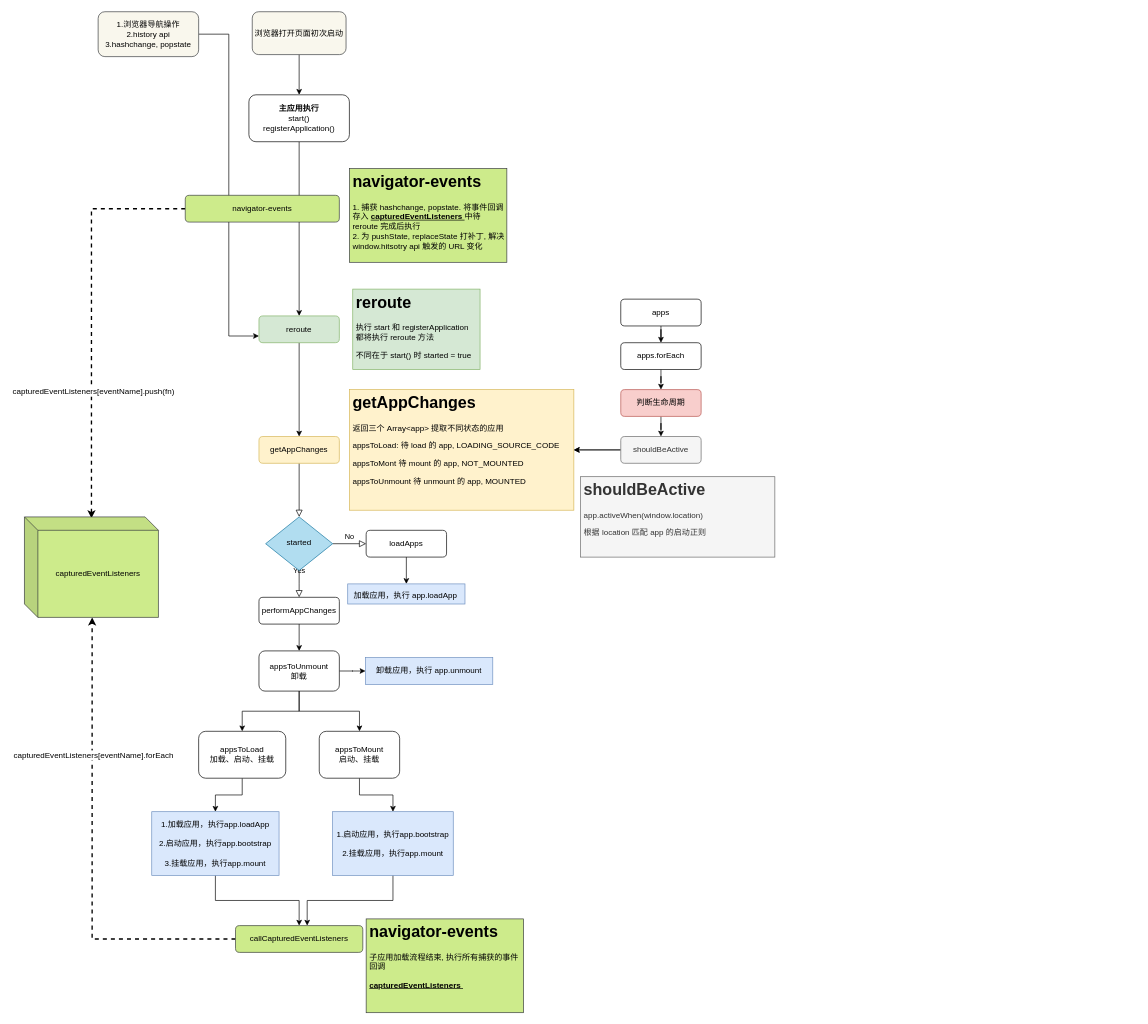
This is rerouter.drawio from sfyr111/draw, a draw.io file, before an edit. Source tidied: cells renumbered, new cells numbered last; positions are measured from the earlier drawing's top-left corner, leaving out a move shared by most shapes. Both pictures are drawn from the tidied source at 67%, with x=0, y=0 at pixel (24, 11).
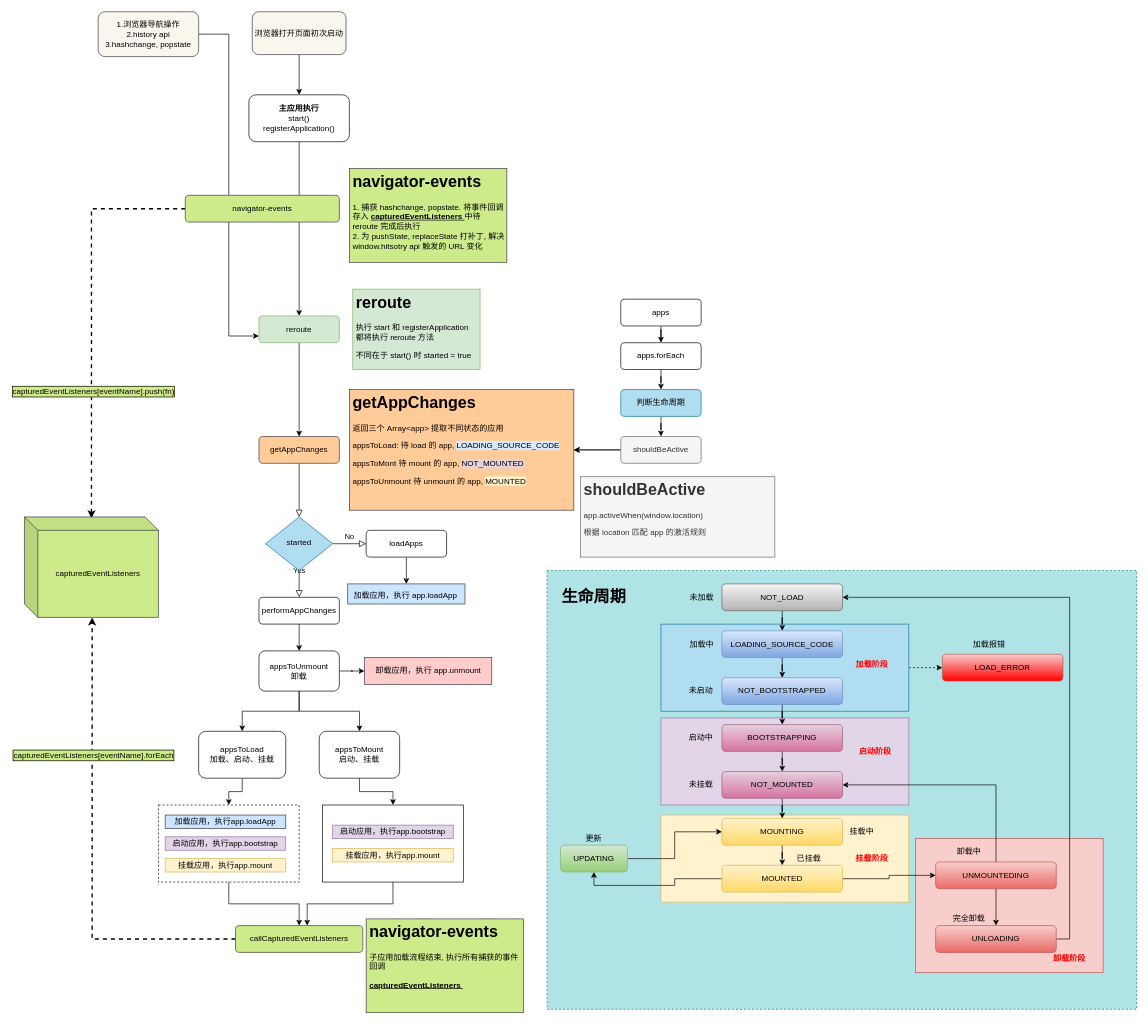
The same page after the edit.

Unchanged cells that the change refers to:
```xml
<mxCell id="42" style="edgeStyle=orthogonalEdgeStyle;rounded=0;jettySize=auto;html=1;entryX=0.505;entryY=1;entryDx=0;entryDy=0;entryPerimeter=0;fontColor=#FF9933;dashed=1;strokeWidth=2;" parent="1" edge="1" source="45" target="54">
  <mxGeometry relative="1" as="geometry" />
</mxCell>
<mxCell id="51" style="edgeStyle=orthogonalEdgeStyle;rounded=0;jettySize=auto;html=1;entryX=0.5;entryY=0.014;entryDx=0;entryDy=0;entryPerimeter=0;fontColor=#FF9933;dashed=1;strokeWidth=2;" parent="1" edge="1" source="53" target="54">
  <mxGeometry relative="1" as="geometry" />
</mxCell>
```

Change to the diagram source:
```diff
@@
+    <mxCell id="55" style="rounded=0;whiteSpace=wrap;html=1;dashed=1;labelBackgroundColor=#CDEB8B;fillColor=#b0e3e6;fontSize=12;align=center;strokeColor=#0e8088;" parent="1" vertex="1">
+      <mxGeometry x="780" y="834" width="880" height="655" as="geometry" />
+    </mxCell>
@@
-    <mxCell id="3" value="getAppChanges" style="rounded=1;whiteSpace=wrap;html=1;fontSize=12;glass=0;strokeWidth=1;shadow=0;fillColor=#fff2cc;strokeColor=#d6b656;" parent="1" vertex="1">
+    <mxCell id="3" value="getAppChanges" style="rounded=1;whiteSpace=wrap;html=1;fontSize=12;glass=0;strokeWidth=1;shadow=0;fillColor=#ffcc99;strokeColor=#36393d;" parent="1" vertex="1">
       <mxGeometry x="350" y="634" width="120" height="40" as="geometry" />
     </mxCell>
@@
-    <mxCell id="16" value="&lt;h1&gt;getAppChanges&lt;/h1&gt;&lt;p&gt;返回三个 Array&amp;lt;app&amp;gt; 提取不同状态的应用&lt;/p&gt;&lt;p&gt;appsToLoad: 待 load 的 app, LOADING_SOURCE_CODE&lt;/p&gt;&lt;p&gt;&lt;span&gt;appsToMont 待 mount 的 app, NOT_MOUNTED&lt;/span&gt;&lt;/p&gt;&lt;p&gt;&lt;span&gt;appsToUnmount 待 unmount 的 app, MOUNTED&lt;/span&gt;&lt;/p&gt;&lt;p&gt;&lt;br&gt;&lt;/p&gt;" style="text;html=1;strokeColor=#d6b656;fillColor=#fff2cc;spacing=5;spacingTop=-20;whiteSpace=wrap;overflow=hidden;rounded=0;" parent="1" vertex="1">
+    <mxCell id="16" value="&lt;h1&gt;getAppChanges&lt;/h1&gt;&lt;p&gt;返回三个 Array&amp;lt;app&amp;gt; 提取不同状态的应用&lt;/p&gt;&lt;p&gt;appsToLoad: 待 load 的 app, &lt;span style=&quot;background-color: rgb(218 , 232 , 252)&quot;&gt;LOADING_SOURCE_CODE&lt;/span&gt;&lt;/p&gt;&lt;p&gt;appsToMont 待 mount 的 app, &lt;span style=&quot;background-color: rgb(230 , 208 , 222)&quot;&gt;NOT_MOUNTED&lt;/span&gt;&lt;/p&gt;&lt;p&gt;appsToUnmount 待 unmount 的 app, &lt;span style=&quot;background-color: rgb(255 , 242 , 204)&quot;&gt;MOUNTED&lt;/span&gt;&lt;/p&gt;&lt;p&gt;&lt;br&gt;&lt;/p&gt;" style="text;html=1;strokeColor=#36393d;fillColor=#ffcc99;spacing=5;spacingTop=-20;whiteSpace=wrap;overflow=hidden;rounded=0;" parent="1" vertex="1">
       <mxGeometry x="485" y="564" width="335" height="180" as="geometry" />
     </mxCell>
@@
-    <mxCell id="24" value="&lt;h1&gt;shouldBeActive&lt;/h1&gt;&lt;p&gt;app.activeWhen(window.location)&lt;/p&gt;&lt;p&gt;根据 location 匹配 app 的启动正则&lt;/p&gt;" style="text;html=1;strokeColor=#666666;fillColor=#f5f5f5;spacing=5;spacingTop=-20;whiteSpace=wrap;overflow=hidden;rounded=0;fontColor=#333333;" parent="1" vertex="1">
+    <mxCell id="24" value="&lt;h1&gt;shouldBeActive&lt;/h1&gt;&lt;p&gt;app.activeWhen(window.location)&lt;/p&gt;&lt;p&gt;根据 location 匹配 app 的激活规则&lt;/p&gt;" style="text;html=1;strokeColor=#666666;fillColor=#f5f5f5;spacing=5;spacingTop=-20;whiteSpace=wrap;overflow=hidden;rounded=0;fontColor=#333333;" parent="1" vertex="1">
       <mxGeometry x="830" y="694" width="290" height="120" as="geometry" />
     </mxCell>
@@
-    <mxCell id="26" value="判断生命周期" style="rounded=1;whiteSpace=wrap;html=1;fontSize=12;glass=0;strokeWidth=1;shadow=0;fillColor=#f8cecc;strokeColor=#b85450;" parent="1" vertex="1">
+    <mxCell id="26" value="判断生命周期" style="rounded=1;whiteSpace=wrap;html=1;fontSize=12;glass=0;strokeWidth=1;shadow=0;fillColor=#b1ddf0;strokeColor=#10739e;" parent="1" vertex="1">
       <mxGeometry x="890" y="564" width="120" height="40" as="geometry" />
     </mxCell>
-    <mxCell id="27" value="加载应用，执行 app.loadApp &lt;br&gt;" style="text;strokeColor=#6c8ebf;fillColor=#dae8fc;spacing=5;spacingTop=-20;overflow=hidden;rounded=0;verticalAlign=bottom;align=center;html=1;whiteSpace=wrap;labelBorderColor=none;" parent="1" vertex="1">
+    <mxCell id="27" value="加载应用，执行 app.loadApp &lt;br&gt;" style="text;strokeColor=#36393d;spacing=5;spacingTop=-20;overflow=hidden;rounded=0;verticalAlign=bottom;align=center;html=1;whiteSpace=wrap;labelBorderColor=none;fillColor=#cce5ff;" parent="1" vertex="1">
       <mxGeometry x="482.5" y="854" width="175" height="30" as="geometry" />
     </mxCell>
@@
-    <mxCell id="37" value="1.加载应用，执行app.loadApp&lt;br&gt;&lt;br&gt;2.启动应用，执行app.bootstrap&lt;br&gt;&lt;br&gt;3.挂载应用，执行app.mount" style="rounded=0;whiteSpace=wrap;html=1;fillColor=#dae8fc;strokeColor=#6c8ebf;align=center;" parent="1" vertex="1">
-      <mxGeometry x="190" y="1194" width="190" height="95" as="geometry" />
+    <mxCell id="37" style="rounded=0;whiteSpace=wrap;html=1;align=center;dashed=1;" parent="1" vertex="1">
+      <mxGeometry x="200" y="1184" width="210" height="115" as="geometry" />
     </mxCell>
@@
-    <mxCell id="39" value="1.启动应用，执行app.bootstrap&lt;br&gt;&lt;br&gt;2.挂载应用，执行app.mount" style="rounded=0;whiteSpace=wrap;html=1;fillColor=#dae8fc;strokeColor=#6c8ebf;align=center;" parent="1" vertex="1">
-      <mxGeometry x="460" y="1194" width="180" height="95" as="geometry" />
+    <mxCell id="39" value="&lt;br&gt;" style="rounded=0;whiteSpace=wrap;html=1;align=center;" parent="1" vertex="1">
+      <mxGeometry x="445" y="1184" width="210" height="115" as="geometry" />
     </mxCell>
-    <mxCell id="40" value="&lt;h1&gt;&lt;span style=&quot;font-size: 12px ; font-weight: normal&quot;&gt;卸载应用，执行 app.unmount&lt;/span&gt;&lt;/h1&gt;" style="text;html=1;strokeColor=#6c8ebf;fillColor=#dae8fc;spacing=5;spacingTop=-20;whiteSpace=wrap;overflow=hidden;rounded=0;verticalAlign=bottom;align=center;" parent="1" vertex="1">
-      <mxGeometry x="509" y="964" width="190" height="40" as="geometry" />
+    <mxCell id="40" value="&lt;h1&gt;&lt;span style=&quot;font-size: 12px ; font-weight: normal&quot;&gt;卸载应用，执行 app.unmount&lt;/span&gt;&lt;/h1&gt;" style="text;html=1;strokeColor=#36393d;fillColor=#ffcccc;spacing=5;spacingTop=-20;whiteSpace=wrap;overflow=hidden;rounded=0;verticalAlign=bottom;align=center;" parent="1" vertex="1">
+      <mxGeometry x="507.5" y="964" width="190" height="40" as="geometry" />
     </mxCell>
@@
-    <mxCell id="44" value="capturedEventListeners[eventName].forEach" style="edgeLabel;html=1;align=center;verticalAlign=middle;fontColor=none;fontSize=12;" parent="42" vertex="1">
+    <mxCell id="44" value="capturedEventListeners[eventName].forEach" style="edgeLabel;html=1;align=center;verticalAlign=middle;fontColor=none;fontSize=12;labelBackgroundColor=#CDEB8B;labelBorderColor=#000000;" parent="42" vertex="1">
       <mxGeometry x="0.41" y="-1" relative="1" as="geometry" />
     </mxCell>
@@
-    <mxCell id="52" value="capturedEventListeners[eventName].push(fn)" style="edgeLabel;html=1;align=center;verticalAlign=middle;fontColor=none;fontSize=12;" parent="51" vertex="1">
+    <mxCell id="52" value="capturedEventListeners[eventName].push(fn)" style="edgeLabel;html=1;align=center;verticalAlign=middle;fontColor=none;fontSize=12;labelBackgroundColor=#CDEB8B;labelBorderColor=#000000;" parent="51" vertex="1">
       <mxGeometry x="0.37" y="2" relative="1" as="geometry" />
     </mxCell>
@@
+    <mxCell id="56" style="rounded=0;whiteSpace=wrap;html=1;align=left;fillColor=#f8cecc;strokeColor=#b85450;" parent="1" vertex="1">
+      <mxGeometry x="1330" y="1234" width="280" height="200" as="geometry" />
+    </mxCell>
+    <mxCell id="57" style="rounded=0;whiteSpace=wrap;html=1;align=left;fillColor=#fff2cc;strokeColor=#d6b656;" parent="1" vertex="1">
+      <mxGeometry x="950" y="1199" width="370" height="130" as="geometry" />
+    </mxCell>
+    <mxCell id="58" style="rounded=0;whiteSpace=wrap;html=1;align=left;fillColor=#e1d5e7;strokeColor=#9673a6;" parent="1" vertex="1">
+      <mxGeometry x="950" y="1054" width="370" height="130" as="geometry" />
+    </mxCell>
+    <mxCell id="59" style="edgeStyle=orthogonalEdgeStyle;rounded=0;jettySize=auto;html=1;exitX=1;exitY=0.5;exitDx=0;exitDy=0;dashed=1;" parent="1" edge="1" source="60" target="97">
+      <mxGeometry relative="1" as="geometry" />
+    </mxCell>
+    <mxCell id="60" style="rounded=0;whiteSpace=wrap;html=1;align=left;fillColor=#b1ddf0;strokeColor=#10739e;" parent="1" vertex="1">
+      <mxGeometry x="950" y="914" width="370" height="130" as="geometry" />
+    </mxCell>
+    <mxCell id="61" style="edgeStyle=orthogonalEdgeStyle;rounded=0;jettySize=auto;html=1;" parent="1" edge="1" source="62" target="64">
+      <mxGeometry relative="1" as="geometry" />
+    </mxCell>
+    <mxCell id="62" value="NOT_LOAD" style="rounded=1;whiteSpace=wrap;html=1;align=center;gradientColor=#b3b3b3;fillColor=#f5f5f5;strokeColor=#666666;" parent="1" vertex="1">
+      <mxGeometry x="1041" y="854" width="180" height="40" as="geometry" />
+    </mxCell>
+    <mxCell id="63" style="edgeStyle=orthogonalEdgeStyle;rounded=0;jettySize=auto;html=1;" parent="1" edge="1" source="64" target="66">
+      <mxGeometry relative="1" as="geometry" />
+    </mxCell>
+    <mxCell id="64" value="LOADING_SOURCE_CODE" style="rounded=1;whiteSpace=wrap;html=1;align=center;gradientColor=#7ea6e0;fillColor=#dae8fc;strokeColor=#6c8ebf;" parent="1" vertex="1">
+      <mxGeometry x="1041" y="924" width="180" height="40" as="geometry" />
+    </mxCell>
+    <mxCell id="65" style="edgeStyle=orthogonalEdgeStyle;rounded=0;jettySize=auto;html=1;entryX=0.5;entryY=0;entryDx=0;entryDy=0;" parent="1" edge="1" source="66" target="68">
+      <mxGeometry relative="1" as="geometry" />
+    </mxCell>
+    <mxCell id="66" value="NOT_BOOTSTRAPPED" style="rounded=1;whiteSpace=wrap;html=1;align=center;gradientColor=#7ea6e0;fillColor=#dae8fc;strokeColor=#6c8ebf;" parent="1" vertex="1">
+      <mxGeometry x="1041" y="994" width="180" height="40" as="geometry" />
+    </mxCell>
+    <mxCell id="67" style="edgeStyle=orthogonalEdgeStyle;rounded=0;jettySize=auto;html=1;entryX=0.5;entryY=0;entryDx=0;entryDy=0;" parent="1" edge="1" source="68" target="70">
+      <mxGeometry relative="1" as="geometry" />
+    </mxCell>
+    <mxCell id="68" value="BOOTSTRAPPING" style="rounded=1;whiteSpace=wrap;html=1;align=center;gradientColor=#d5739d;fillColor=#e6d0de;strokeColor=#996185;" parent="1" vertex="1">
+      <mxGeometry x="1041" y="1064" width="180" height="40" as="geometry" />
+    </mxCell>
+    <mxCell id="69" style="edgeStyle=orthogonalEdgeStyle;rounded=0;jettySize=auto;html=1;entryX=0.5;entryY=0;entryDx=0;entryDy=0;" parent="1" edge="1" source="70" target="72">
+      <mxGeometry relative="1" as="geometry" />
+    </mxCell>
+    <mxCell id="70" value="NOT_MOUNTED" style="rounded=1;whiteSpace=wrap;html=1;align=center;gradientColor=#d5739d;fillColor=#e6d0de;strokeColor=#996185;" parent="1" vertex="1">
+      <mxGeometry x="1041" y="1134" width="180" height="40" as="geometry" />
+    </mxCell>
+    <mxCell id="71" style="edgeStyle=orthogonalEdgeStyle;rounded=0;jettySize=auto;html=1;entryX=0.5;entryY=0;entryDx=0;entryDy=0;" parent="1" edge="1" source="72" target="75">
+      <mxGeometry relative="1" as="geometry" />
+    </mxCell>
+    <mxCell id="72" value="MOUNTING" style="rounded=1;whiteSpace=wrap;html=1;align=center;gradientColor=#ffd966;strokeColor=#d6b656;fillColor=#FFF2CC;" parent="1" vertex="1">
+      <mxGeometry x="1041" y="1204" width="180" height="40" as="geometry" />
+    </mxCell>
+    <mxCell id="73" style="edgeStyle=orthogonalEdgeStyle;rounded=0;jettySize=auto;html=1;entryX=0.5;entryY=1;entryDx=0;entryDy=0;" parent="1" edge="1" source="75" target="82">
+      <mxGeometry relative="1" as="geometry" />
+    </mxCell>
+    <mxCell id="74" style="edgeStyle=orthogonalEdgeStyle;rounded=0;jettySize=auto;html=1;entryX=0;entryY=0.5;entryDx=0;entryDy=0;" parent="1" edge="1" source="75" target="78">
+      <mxGeometry relative="1" as="geometry" />
+    </mxCell>
+    <mxCell id="75" value="MOUNTED" style="rounded=1;whiteSpace=wrap;html=1;align=center;gradientColor=#ffd966;fillColor=#fff2cc;strokeColor=#d6b656;" parent="1" vertex="1">
+      <mxGeometry x="1041" y="1274" width="180" height="40" as="geometry" />
+    </mxCell>
+    <mxCell id="76" style="edgeStyle=orthogonalEdgeStyle;rounded=0;jettySize=auto;html=1;" parent="1" edge="1" source="78" target="80">
+      <mxGeometry relative="1" as="geometry" />
+    </mxCell>
+    <mxCell id="77" style="edgeStyle=orthogonalEdgeStyle;rounded=0;jettySize=auto;html=1;exitX=0.5;exitY=0;exitDx=0;exitDy=0;entryX=1;entryY=0.5;entryDx=0;entryDy=0;" parent="1" edge="1" source="78" target="70">
+      <mxGeometry relative="1" as="geometry" />
+    </mxCell>
+    <mxCell id="78" value="UNMOUNTEDING" style="rounded=1;whiteSpace=wrap;html=1;align=center;gradientColor=#ea6b66;fillColor=#f8cecc;strokeColor=#b85450;" parent="1" vertex="1">
+      <mxGeometry x="1360" y="1269" width="180" height="40" as="geometry" />
+    </mxCell>
+    <mxCell id="79" style="edgeStyle=orthogonalEdgeStyle;rounded=0;jettySize=auto;html=1;exitX=1;exitY=0.5;exitDx=0;exitDy=0;entryX=1;entryY=0.5;entryDx=0;entryDy=0;" parent="1" edge="1" source="80" target="62">
+      <mxGeometry relative="1" as="geometry" />
+    </mxCell>
+    <mxCell id="80" value="UNLOADING" style="rounded=1;whiteSpace=wrap;html=1;align=center;gradientColor=#ea6b66;fillColor=#f8cecc;strokeColor=#b85450;" parent="1" vertex="1">
+      <mxGeometry x="1360" y="1364" width="180" height="40" as="geometry" />
+    </mxCell>
+    <mxCell id="81" style="edgeStyle=orthogonalEdgeStyle;rounded=0;jettySize=auto;html=1;" parent="1" edge="1" source="82" target="72">
+      <mxGeometry relative="1" as="geometry" />
+    </mxCell>
+    <mxCell id="82" value="UPDATING" style="rounded=1;whiteSpace=wrap;html=1;align=center;gradientColor=#97d077;fillColor=#d5e8d4;strokeColor=#82b366;" parent="1" vertex="1">
+      <mxGeometry x="800" y="1244" width="100" height="40" as="geometry" />
+    </mxCell>
+    <mxCell id="83" value="未加载" style="text;html=1;strokeColor=none;fillColor=none;align=center;verticalAlign=middle;whiteSpace=wrap;rounded=0;" parent="1" vertex="1">
+      <mxGeometry x="991" y="864" width="40" height="20" as="geometry" />
+    </mxCell>
+    <mxCell id="84" value="加载中" style="text;html=1;strokeColor=none;fillColor=none;align=center;verticalAlign=middle;whiteSpace=wrap;rounded=0;" parent="1" vertex="1">
+      <mxGeometry x="991" y="934" width="40" height="20" as="geometry" />
+    </mxCell>
+    <mxCell id="85" value="未启动" style="text;html=1;strokeColor=none;fillColor=none;align=center;verticalAlign=middle;whiteSpace=wrap;rounded=0;" parent="1" vertex="1">
+      <mxGeometry x="990" y="1004" width="40" height="20" as="geometry" />
+    </mxCell>
+    <mxCell id="86" value="启动中" style="text;html=1;strokeColor=none;fillColor=none;align=center;verticalAlign=middle;whiteSpace=wrap;rounded=0;" parent="1" vertex="1">
+      <mxGeometry x="990" y="1074" width="40" height="20" as="geometry" />
+    </mxCell>
+    <mxCell id="87" value="未挂载" style="text;html=1;strokeColor=none;fillColor=none;align=center;verticalAlign=middle;whiteSpace=wrap;rounded=0;" parent="1" vertex="1">
+      <mxGeometry x="990" y="1144" width="40" height="20" as="geometry" />
+    </mxCell>
+    <mxCell id="88" value="挂载中" style="text;html=1;strokeColor=none;fillColor=none;align=center;verticalAlign=middle;whiteSpace=wrap;rounded=0;" parent="1" vertex="1">
+      <mxGeometry x="1230" y="1214" width="40" height="20" as="geometry" />
+    </mxCell>
+    <mxCell id="89" value="已挂载" style="text;html=1;strokeColor=none;fillColor=none;align=center;verticalAlign=middle;whiteSpace=wrap;rounded=0;" parent="1" vertex="1">
+      <mxGeometry x="1151" y="1254" width="40" height="20" as="geometry" />
+    </mxCell>
+    <mxCell id="90" value="卸载中" style="text;html=1;strokeColor=none;fillColor=none;align=center;verticalAlign=middle;whiteSpace=wrap;rounded=0;" parent="1" vertex="1">
+      <mxGeometry x="1390" y="1244" width="40" height="20" as="geometry" />
+    </mxCell>
+    <mxCell id="91" value="完全卸载" style="text;html=1;strokeColor=none;fillColor=none;align=center;verticalAlign=middle;whiteSpace=wrap;rounded=0;" parent="1" vertex="1">
+      <mxGeometry x="1380" y="1344" width="60" height="20" as="geometry" />
+    </mxCell>
+    <mxCell id="92" value="更新" style="text;html=1;strokeColor=none;fillColor=none;align=center;verticalAlign=middle;whiteSpace=wrap;rounded=0;" parent="1" vertex="1">
+      <mxGeometry x="830" y="1224" width="40" height="20" as="geometry" />
+    </mxCell>
+    <mxCell id="93" value="加载阶段" style="text;html=1;strokeColor=none;fillColor=none;align=center;verticalAlign=middle;whiteSpace=wrap;rounded=0;fontStyle=1;fontColor=#FF0000;" parent="1" vertex="1">
+      <mxGeometry x="1240" y="964" width="50" height="20" as="geometry" />
+    </mxCell>
+    <mxCell id="94" value="启动阶段" style="text;html=1;strokeColor=none;fillColor=none;align=center;verticalAlign=middle;whiteSpace=wrap;rounded=0;fontStyle=1;fontColor=#FF0000;" parent="1" vertex="1">
+      <mxGeometry x="1240" y="1094" width="60" height="20" as="geometry" />
+    </mxCell>
+    <mxCell id="95" value="挂载阶段" style="text;html=1;strokeColor=none;fillColor=none;align=center;verticalAlign=middle;whiteSpace=wrap;rounded=0;fontStyle=1;fontColor=#FF0000;" parent="1" vertex="1">
+      <mxGeometry x="1235" y="1254" width="60" height="20" as="geometry" />
+    </mxCell>
+    <mxCell id="96" value="卸载阶段" style="text;html=1;strokeColor=none;fillColor=none;align=center;verticalAlign=middle;whiteSpace=wrap;rounded=0;fontStyle=1;fontColor=#FF0000;" parent="1" vertex="1">
+      <mxGeometry x="1530" y="1404" width="60" height="20" as="geometry" />
+    </mxCell>
+    <mxCell id="97" value="LOAD_ERROR" style="rounded=1;whiteSpace=wrap;html=1;align=center;fillColor=#f8cecc;strokeColor=#b85450;gradientColor=#FF0000;" parent="1" vertex="1">
+      <mxGeometry x="1370" y="959" width="180" height="40" as="geometry" />
+    </mxCell>
+    <mxCell id="98" value="加载报错" style="text;html=1;strokeColor=none;fillColor=none;align=center;verticalAlign=middle;whiteSpace=wrap;rounded=0;" parent="1" vertex="1">
+      <mxGeometry x="1413" y="934" width="54" height="20" as="geometry" />
+    </mxCell>
+    <mxCell id="99" value="&lt;span&gt;加载应用，执行app.loadApp&lt;/span&gt;" style="rounded=0;whiteSpace=wrap;html=1;align=center;fillColor=#cce5ff;strokeColor=#36393d;" parent="1" vertex="1">
+      <mxGeometry x="210" y="1199" width="180" height="20" as="geometry" />
+    </mxCell>
+    <mxCell id="100" value="启动应用，执行app.bootstrap" style="rounded=0;whiteSpace=wrap;html=1;align=center;fillColor=#e1d5e7;strokeColor=#9673a6;" parent="1" vertex="1">
+      <mxGeometry x="210" y="1231.5" width="180" height="20" as="geometry" />
+    </mxCell>
+    <mxCell id="101" value="挂载应用，执行app.mount" style="rounded=0;whiteSpace=wrap;html=1;align=center;fillColor=#fff2cc;strokeColor=#d6b656;" parent="1" vertex="1">
+      <mxGeometry x="210" y="1264" width="180" height="20" as="geometry" />
+    </mxCell>
+    <mxCell id="102" value="启动应用，执行app.bootstrap" style="rounded=0;whiteSpace=wrap;html=1;align=center;fillColor=#e1d5e7;strokeColor=#9673a6;" parent="1" vertex="1">
+      <mxGeometry x="460" y="1214" width="180" height="20" as="geometry" />
+    </mxCell>
+    <mxCell id="103" value="挂载应用，执行app.mount" style="rounded=0;whiteSpace=wrap;html=1;align=center;fillColor=#fff2cc;strokeColor=#d6b656;" parent="1" vertex="1">
+      <mxGeometry x="460" y="1249" width="180" height="20" as="geometry" />
+    </mxCell>
+    <mxCell id="104" value="生命周期" style="text;html=1;strokeColor=none;fillColor=none;align=center;verticalAlign=middle;whiteSpace=wrap;rounded=0;dashed=1;labelBackgroundColor=none;fontSize=24;fontColor=none;fontStyle=1;" parent="1" vertex="1">
+      <mxGeometry x="780" y="864" width="140" height="20" as="geometry" />
+    </mxCell>
```
